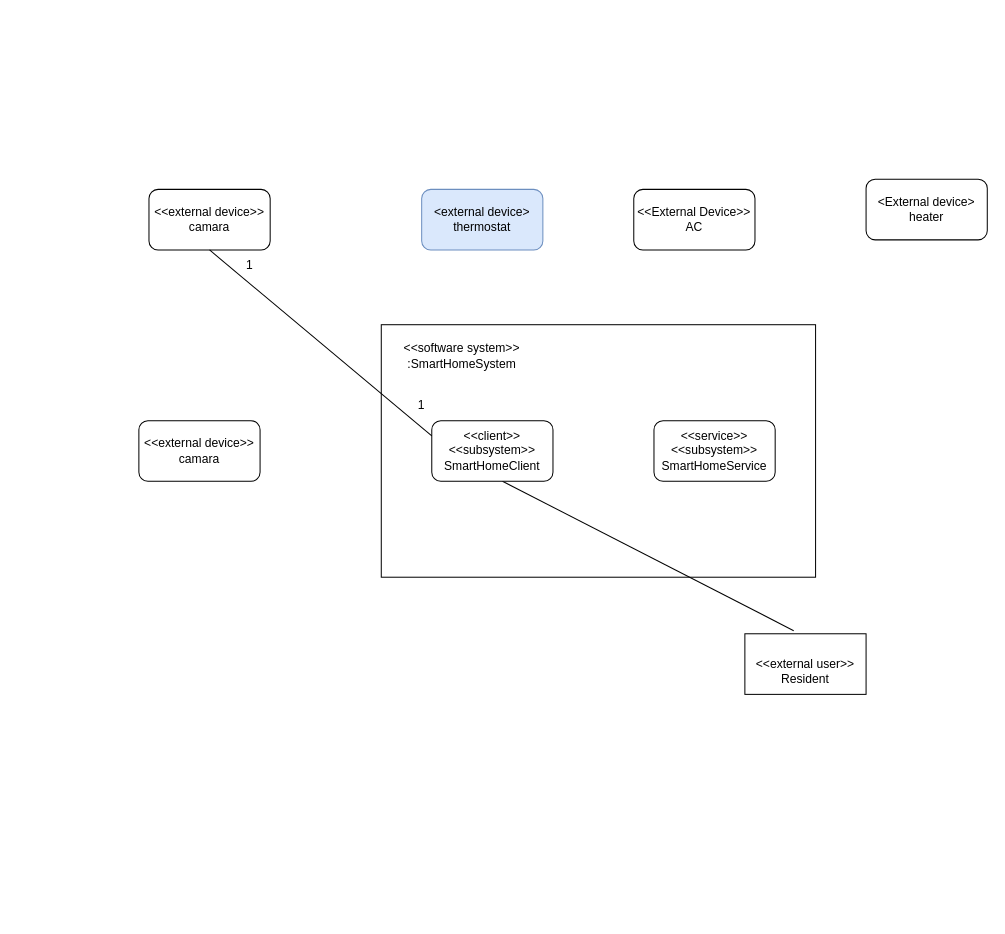
Before: subsytem diagram.drawio in emmanuel-george/TestProject, a draw.io diagram. Source tidied: cells renumbered, new cells numbered last; positions are measured from the earlier drawing's top-left corner, leaving out a move shared by most shapes. Both pictures are drawn from the tidied source at 101%, with x=0, y=0 at pixel (138, 179).
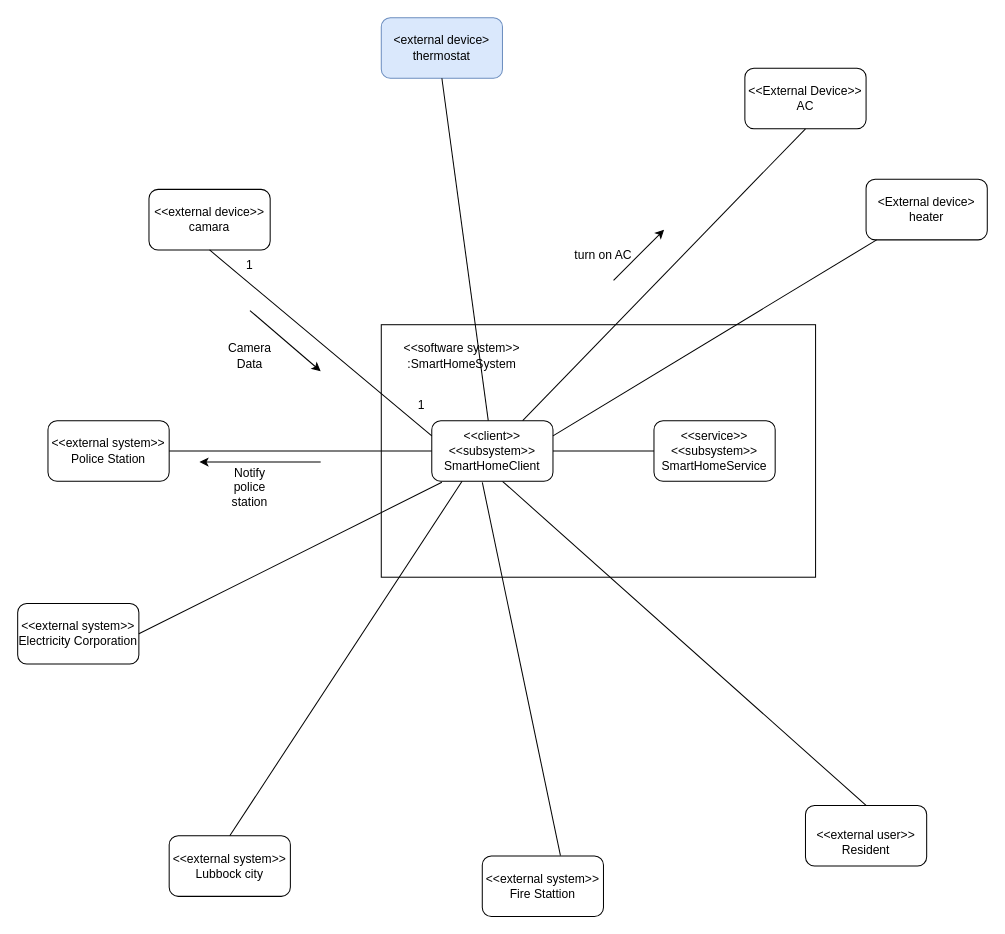
Above is the later version.

Unchanged cells that the change refers to:
```xml
<mxCell id="7" value="&lt;span&gt;&amp;lt;&amp;lt;client&amp;gt;&amp;gt;&lt;/span&gt;&lt;br&gt;&lt;span&gt;&amp;lt;&amp;lt;subsystem&amp;gt;&amp;gt;&lt;/span&gt;&lt;br&gt;&lt;span&gt;SmartHomeClient&lt;/span&gt;" style="rounded=1;whiteSpace=wrap;html=1;" parent="1" vertex="1">
  <mxGeometry x="290" y="239" width="120" height="60" as="geometry" />
</mxCell>
<mxCell id="8" value="&lt;span&gt;&amp;lt;&amp;lt;service&amp;gt;&amp;gt;&lt;/span&gt;&lt;br&gt;&lt;span&gt;&amp;lt;&amp;lt;subsystem&amp;gt;&amp;gt;&lt;/span&gt;&lt;br&gt;&lt;span&gt;SmartHomeService&lt;/span&gt;" style="rounded=1;whiteSpace=wrap;html=1;" parent="1" vertex="1">
  <mxGeometry x="510" y="239" width="120" height="60" as="geometry" />
</mxCell>
<mxCell id="14" value="&amp;lt;External device&amp;gt;&lt;br&gt;heater" style="rounded=1;whiteSpace=wrap;html=1;" parent="1" vertex="1">
  <mxGeometry x="720" width="120" height="60" as="geometry" />
</mxCell>
```

What changed in the source:
```diff
@@
-    <mxCell id="4" value="&lt;br&gt;&amp;lt;&amp;lt;external user&amp;gt;&amp;gt;&lt;br&gt;Resident" style="rounded=0;whiteSpace=wrap;html=1;" parent="1" vertex="1">
-      <mxGeometry x="600" y="450" width="120" height="60" as="geometry" />
-    </mxCell>
-    <mxCell id="5" style="endArrow=none;html=1;rounded=0;entryX=0.5;entryY=1;entryDx=0;entryDy=0;exitX=0.403;exitY=-0.051;exitDx=0;exitDy=0;exitPerimeter=0;" parent="1" edge="1" source="4">
+    <mxCell id="5" style="endArrow=none;html=1;rounded=0;entryX=0.5;entryY=1;entryDx=0;entryDy=0;exitX=0.5;exitY=0;exitDx=0;exitDy=0;" parent="1" edge="1" source="4">
       <mxGeometry relative="1" as="geometry">
         <mxPoint x="360" y="299" as="targetPoint" />
       </mxGeometry>
     </mxCell>
@@
     <mxCell id="12" value="&amp;lt;external device&amp;gt;&lt;br&gt;thermostat" style="rounded=1;whiteSpace=wrap;html=1;fillColor=#dae8fc;strokeColor=#6c8ebf;" parent="1" vertex="1">
-      <mxGeometry x="280" y="10" width="120" height="60" as="geometry" />
+      <mxGeometry x="240" y="-160" width="120" height="60" as="geometry" />
     </mxCell>
     <mxCell id="13" value="&amp;lt;&amp;lt;External Device&amp;gt;&amp;gt;&lt;br&gt;AC" style="rounded=1;whiteSpace=wrap;html=1;" parent="1" vertex="1">
-      <mxGeometry x="490" y="10" width="120" height="60" as="geometry" />
+      <mxGeometry x="600" y="-110" width="120" height="60" as="geometry" />
     </mxCell>
@@
-    <mxCell id="15" value="&lt;span&gt;&amp;lt;&amp;lt;external device&amp;gt;&amp;gt;&lt;/span&gt;&lt;br&gt;camara" style="rounded=1;whiteSpace=wrap;html=1;" parent="1" vertex="1">
-      <mxGeometry y="239" width="120" height="60" as="geometry" />
+    <mxCell id="15" value="&amp;lt;&amp;lt;external system&amp;gt;&amp;gt;&lt;br&gt;Police Station" style="rounded=1;whiteSpace=wrap;html=1;" parent="1" vertex="1">
+      <mxGeometry x="-90" y="239" width="120" height="60" as="geometry" />
     </mxCell>
+    <mxCell id="16" value="&amp;lt;&amp;lt;external system&amp;gt;&amp;gt;&lt;br&gt;Electricity Corporation" style="rounded=1;whiteSpace=wrap;html=1;" parent="1" vertex="1">
+      <mxGeometry x="-120" y="420" width="120" height="60" as="geometry" />
+    </mxCell>
+    <mxCell id="17" value="&amp;lt;&amp;lt;external system&amp;gt;&amp;gt;&lt;br&gt;Fire Stattion" style="rounded=1;whiteSpace=wrap;html=1;" parent="1" vertex="1">
+      <mxGeometry x="340" y="670" width="120" height="60" as="geometry" />
+    </mxCell>
+    <mxCell id="4" value="&lt;br&gt;&amp;lt;&amp;lt;external user&amp;gt;&amp;gt;&lt;br&gt;Resident" style="rounded=1;whiteSpace=wrap;html=1;" parent="1" vertex="1">
+      <mxGeometry x="660" y="620" width="120" height="60" as="geometry" />
+    </mxCell>
+    <mxCell id="18" style="endArrow=none;html=1;rounded=0;entryX=0.5;entryY=1;entryDx=0;entryDy=0;exitX=0.75;exitY=0;exitDx=0;exitDy=0;" parent="1" edge="1" source="7" target="13">
+      <mxGeometry relative="1" as="geometry" />
+    </mxCell>
+    <mxCell id="19" style="endArrow=none;html=1;rounded=0;exitX=1;exitY=0.25;exitDx=0;exitDy=0;" parent="1" edge="1" source="7" target="14">
+      <mxGeometry relative="1" as="geometry" />
+    </mxCell>
+    <mxCell id="20" style="endArrow=none;html=1;rounded=0;exitX=1;exitY=0.5;exitDx=0;exitDy=0;entryX=0;entryY=0.5;entryDx=0;entryDy=0;" parent="1" edge="1" source="7" target="8">
+      <mxGeometry relative="1" as="geometry" />
+    </mxCell>
+    <mxCell id="21" style="endArrow=none;html=1;rounded=0;exitX=1;exitY=0.5;exitDx=0;exitDy=0;entryX=0;entryY=0.5;entryDx=0;entryDy=0;" parent="1" edge="1" source="15" target="7">
+      <mxGeometry relative="1" as="geometry" />
+    </mxCell>
+    <mxCell id="22" style="endArrow=none;html=1;rounded=0;exitX=0.645;exitY=-0.005;exitDx=0;exitDy=0;exitPerimeter=0;entryX=0.417;entryY=1.017;entryDx=0;entryDy=0;entryPerimeter=0;" parent="1" edge="1" source="17" target="7">
+      <mxGeometry relative="1" as="geometry" />
+    </mxCell>
+    <mxCell id="23" style="endArrow=none;html=1;rounded=0;exitX=1;exitY=0.5;exitDx=0;exitDy=0;" parent="1" edge="1" source="16">
+      <mxGeometry relative="1" as="geometry">
+        <mxPoint x="300" y="300" as="targetPoint" />
+      </mxGeometry>
+    </mxCell>
+    <mxCell id="24" style="endArrow=classic;html=1;rounded=0;" parent="1" edge="1">
+      <mxGeometry relative="1" as="geometry">
+        <mxPoint x="110" y="130" as="sourcePoint" />
+        <mxPoint x="180" y="190" as="targetPoint" />
+      </mxGeometry>
+    </mxCell>
+    <mxCell id="25" value="Camera Data&lt;br&gt;" style="text;html=1;strokeColor=none;fillColor=none;align=center;verticalAlign=middle;whiteSpace=wrap;rounded=0;" parent="1" vertex="1">
+      <mxGeometry x="80" y="160" width="60" height="30" as="geometry" />
+    </mxCell>
+    <mxCell id="26" style="endArrow=classic;html=1;rounded=0;" parent="1" edge="1">
+      <mxGeometry relative="1" as="geometry">
+        <mxPoint x="180" y="280" as="sourcePoint" />
+        <mxPoint x="60" y="280" as="targetPoint" />
+      </mxGeometry>
+    </mxCell>
+    <mxCell id="27" value="Notify police station" style="text;html=1;strokeColor=none;fillColor=none;align=center;verticalAlign=middle;whiteSpace=wrap;rounded=0;" parent="1" vertex="1">
+      <mxGeometry x="80" y="290" width="60" height="30" as="geometry" />
+    </mxCell>
+    <mxCell id="28" value="&amp;lt;&amp;lt;external system&amp;gt;&amp;gt;&lt;br&gt;Lubbock city" style="rounded=1;whiteSpace=wrap;html=1;" parent="1" vertex="1">
+      <mxGeometry x="30" y="650" width="120" height="60" as="geometry" />
+    </mxCell>
+    <mxCell id="29" style="endArrow=none;html=1;rounded=0;exitX=0.5;exitY=0;exitDx=0;exitDy=0;entryX=0.25;entryY=1;entryDx=0;entryDy=0;" parent="1" edge="1" source="28" target="7">
+      <mxGeometry relative="1" as="geometry" />
+    </mxCell>
+    <mxCell id="30" style="endArrow=classic;html=1;rounded=0;" parent="1" edge="1">
+      <mxGeometry relative="1" as="geometry">
+        <mxPoint x="470" y="100" as="sourcePoint" />
+        <mxPoint x="520" y="50" as="targetPoint" />
+      </mxGeometry>
+    </mxCell>
+    <mxCell id="31" value="turn on AC&lt;br&gt;" style="text;html=1;strokeColor=none;fillColor=none;align=center;verticalAlign=middle;whiteSpace=wrap;rounded=0;" parent="1" vertex="1">
+      <mxGeometry x="430" y="60" width="60" height="30" as="geometry" />
+    </mxCell>
+    <mxCell id="32" style="endArrow=none;html=1;rounded=0;entryX=0.5;entryY=1;entryDx=0;entryDy=0;" parent="1" edge="1" source="7" target="12">
+      <mxGeometry relative="1" as="geometry" />
+    </mxCell>
```
